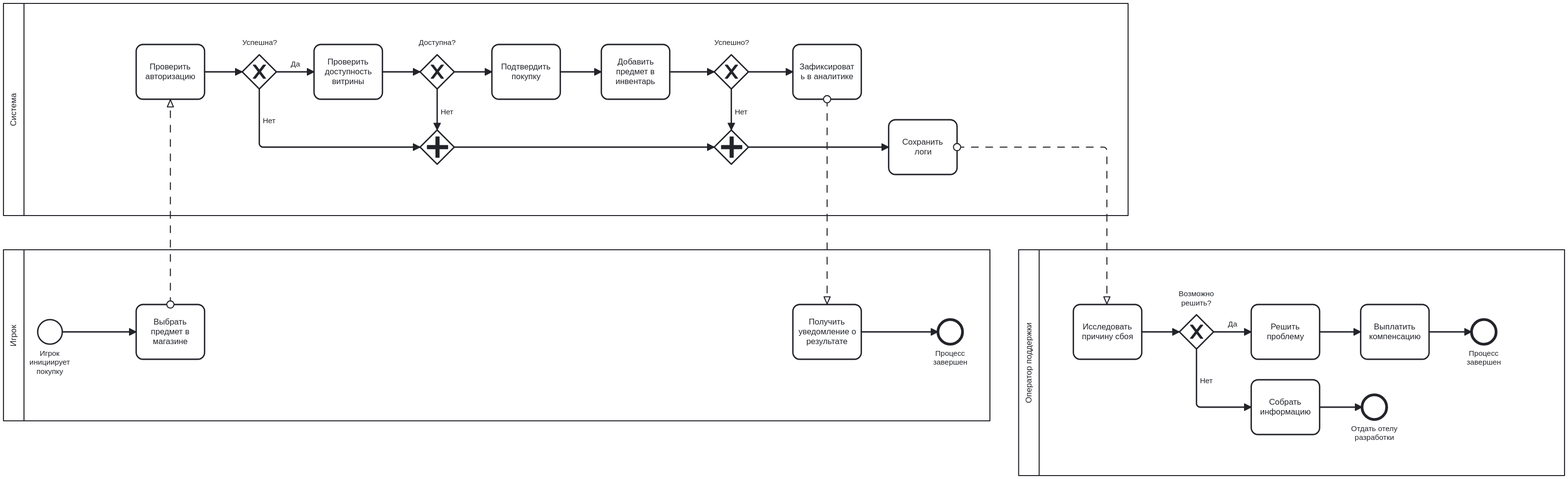
Above: PKSS/PR4_BPMN.svg in shok1i/Seventh-semester (BPMN), before the change. Its source is kept beside it as PKSS/PR4_BPMN.bpmn. Ids are renumbered.
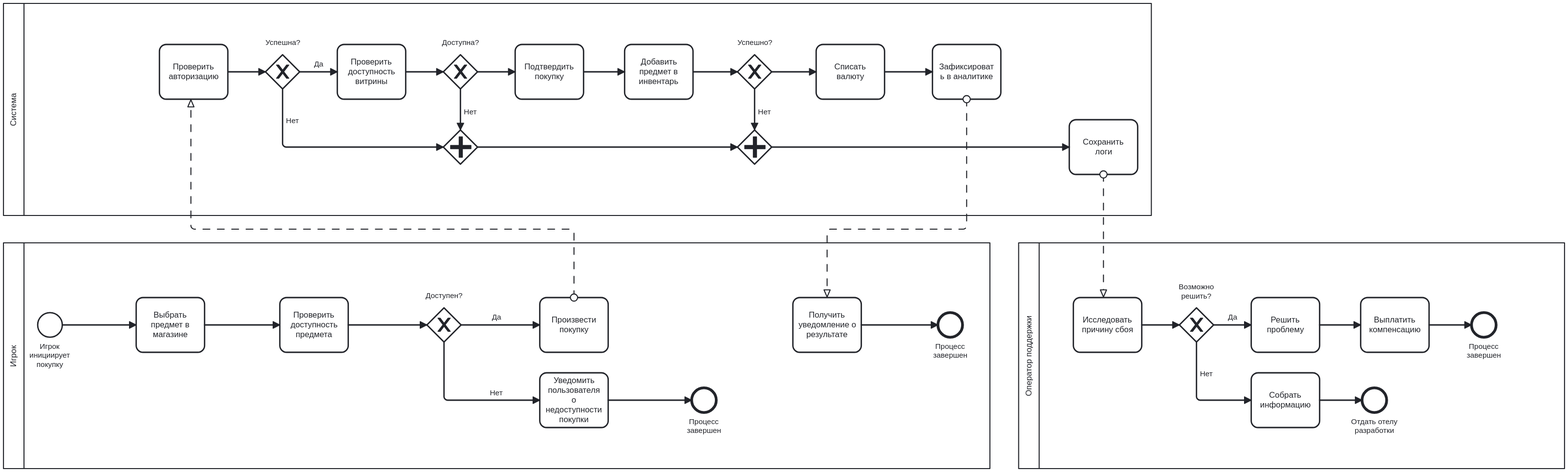
The same diagram one commit later.

What changed in the source:
```diff
@@ -3,9 +3,9 @@
     <bpmn:participant id="Participant_n3" name="Игрок" processRef="Process_n4" />
     <bpmn:participant id="Participant_n5" name="Система" processRef="Process_n6" />
     <bpmn:participant id="Participant_n7" name="Оператор поддержки" processRef="Process_n8" />
-    <bpmn:messageFlow id="Flow_n9" sourceRef="Activity_n10" targetRef="Activity_n11" />
-    <bpmn:messageFlow id="Flow_n12" sourceRef="Activity_n13" targetRef="Activity_n14" />
     <bpmn:messageFlow id="Flow_n15" sourceRef="Activity_n16" targetRef="Activity_n17" />
+    <bpmn:messageFlow id="Flow_n55" sourceRef="Activity_n56" targetRef="Activity_n14" />
+    <bpmn:messageFlow id="Flow_n57" sourceRef="Activity_n58" targetRef="Activity_n11" />
   </bpmn:collaboration>
   <bpmn:process id="Process_n4" isExecutable="false">
     <bpmn:laneSet id="LaneSet_n18" />
@@ -14,6 +14,7 @@
     </bpmn:startEvent>
     <bpmn:task id="Activity_n10" name="Выбрать предмет в магазине">
       <bpmn:incoming>Flow_n20</bpmn:incoming>
+      <bpmn:outgoing>Flow_n59</bpmn:outgoing>
     </bpmn:task>
     <bpmn:task id="Activity_n14" name="Получить уведомление о результате">
       <bpmn:outgoing>Flow_n21</bpmn:outgoing>
@@ -23,6 +24,30 @@
     </bpmn:endEvent>
     <bpmn:sequenceFlow id="Flow_n20" sourceRef="StartEvent_n19" targetRef="Activity_n10" />
     <bpmn:sequenceFlow id="Flow_n21" sourceRef="Activity_n14" targetRef="Event_n22" />
+    <bpmn:task id="Activity_n60" name="Проверить доступность предмета">
+      <bpmn:incoming>Flow_n59</bpmn:incoming>
+      <bpmn:outgoing>Flow_n61</bpmn:outgoing>
+    </bpmn:task>
+    <bpmn:sequenceFlow id="Flow_n59" sourceRef="Activity_n10" targetRef="Activity_n60" />
+    <bpmn:exclusiveGateway id="Gateway_n62" name="Доступен?">
+      <bpmn:incoming>Flow_n61</bpmn:incoming>
+      <bpmn:outgoing>Flow_n63</bpmn:outgoing>
+      <bpmn:outgoing>Flow_n64</bpmn:outgoing>
+    </bpmn:exclusiveGateway>
+    <bpmn:sequenceFlow id="Flow_n61" sourceRef="Activity_n60" targetRef="Gateway_n62" />
+    <bpmn:task id="Activity_n58" name="Произвести покупку">
+      <bpmn:incoming>Flow_n63</bpmn:incoming>
+    </bpmn:task>
+    <bpmn:sequenceFlow id="Flow_n63" name="Да" sourceRef="Gateway_n62" targetRef="Activity_n58" />
+    <bpmn:task id="Activity_n65" name="Уведомить пользователя о недоступности покупки">
+      <bpmn:incoming>Flow_n64</bpmn:incoming>
+      <bpmn:outgoing>Flow_n66</bpmn:outgoing>
+    </bpmn:task>
+    <bpmn:sequenceFlow id="Flow_n64" name="Нет" sourceRef="Gateway_n62" targetRef="Activity_n65" />
+    <bpmn:endEvent id="Event_n67" name="Процесс завершен">
+      <bpmn:incoming>Flow_n66</bpmn:incoming>
+    </bpmn:endEvent>
+    <bpmn:sequenceFlow id="Flow_n66" sourceRef="Activity_n65" targetRef="Event_n67" />
   </bpmn:process>
   <bpmn:process id="Process_n6">
     <bpmn:task id="Activity_n11" name="Проверить авторизацию">
@@ -52,12 +77,9 @@
     </bpmn:task>
     <bpmn:exclusiveGateway id="Gateway_n36" name="Успешно?">
       <bpmn:incoming>Flow_n35</bpmn:incoming>
-      <bpmn:outgoing>Flow_n37</bpmn:outgoing>
       <bpmn:outgoing>Flow_n38</bpmn:outgoing>
+      <bpmn:outgoing>Flow_n68</bpmn:outgoing>
     </bpmn:exclusiveGateway>
-    <bpmn:task id="Activity_n13" name="Зафиксировать в аналитике">
-      <bpmn:incoming>Flow_n37</bpmn:incoming>
-    </bpmn:task>
     <bpmn:parallelGateway id="Gateway_n39">
       <bpmn:incoming>Flow_n28</bpmn:incoming>
       <bpmn:incoming>Flow_n31</bpmn:incoming>
@@ -68,6 +90,13 @@
       <bpmn:incoming>Flow_n38</bpmn:incoming>
       <bpmn:outgoing>Flow_n42</bpmn:outgoing>
     </bpmn:parallelGateway>
+    <bpmn:task id="Activity_n69" name="Списать валюту">
+      <bpmn:incoming>Flow_n68</bpmn:incoming>
+      <bpmn:outgoing>Flow_n70</bpmn:outgoing>
+    </bpmn:task>
+    <bpmn:task id="Activity_n56" name="Зафиксировать в аналитике">
+      <bpmn:incoming>Flow_n70</bpmn:incoming>
+    </bpmn:task>
     <bpmn:task id="Activity_n16" name="Сохранить логи">
       <bpmn:incoming>Flow_n42</bpmn:incoming>
     </bpmn:task>
@@ -79,10 +108,11 @@
     <bpmn:sequenceFlow id="Flow_n31" name="Нет" sourceRef="Gateway_n29" targetRef="Gateway_n39" />
     <bpmn:sequenceFlow id="Flow_n33" sourceRef="Activity_n32" targetRef="Activity_n34" />
     <bpmn:sequenceFlow id="Flow_n35" sourceRef="Activity_n34" targetRef="Gateway_n36" />
-    <bpmn:sequenceFlow id="Flow_n37" sourceRef="Gateway_n36" targetRef="Activity_n13" />
     <bpmn:sequenceFlow id="Flow_n38" name="Нет" sourceRef="Gateway_n36" targetRef="Gateway_n41" />
+    <bpmn:sequenceFlow id="Flow_n68" sourceRef="Gateway_n36" targetRef="Activity_n69" />
     <bpmn:sequenceFlow id="Flow_n40" sourceRef="Gateway_n39" targetRef="Gateway_n41" />
     <bpmn:sequenceFlow id="Flow_n42" sourceRef="Gateway_n41" targetRef="Activity_n16" />
+    <bpmn:sequenceFlow id="Flow_n70" sourceRef="Activity_n69" targetRef="Activity_n56" />
   </bpmn:process>
   <bpmn:process id="Process_n8">
     <bpmn:task id="Activity_n17" name="Исследовать причину сбоя">
@@ -121,7 +151,7 @@
   <bpmndi:BPMNDiagram id="BPMNDiagram_1">
     <bpmndi:BPMNPlane id="BPMNPlane_1" bpmnElement="Collaboration_n2">
       <bpmndi:BPMNShape id="Participant_n3_di" bpmnElement="Participant_n3" isHorizontal="true">
-        <dc:Bounds x="156" y="440" width="1442" height="250" />
+        <dc:Bounds x="156" y="440" width="1442" height="330" />
         <bpmndi:BPMNLabel />
       </bpmndi:BPMNShape>
       <bpmndi:BPMNShape id="_BPMNShape_StartEvent_2" bpmnElement="StartEvent_n19">
@@ -144,6 +174,30 @@
           <dc:Bounds x="1515" y="585" width="51" height="27" />
         </bpmndi:BPMNLabel>
       </bpmndi:BPMNShape>
+      <bpmndi:BPMNShape id="Activity_n60_di" bpmnElement="Activity_n60">
+        <dc:Bounds x="560" y="520" width="100" height="80" />
+        <bpmndi:BPMNLabel />
+      </bpmndi:BPMNShape>
+      <bpmndi:BPMNShape id="Gateway_n62_di" bpmnElement="Gateway_n62" isMarkerVisible="true">
+        <dc:Bounds x="775" y="535" width="50" height="50" />
+        <bpmndi:BPMNLabel>
+          <dc:Bounds x="773" y="511" width="54" height="14" />
+        </bpmndi:BPMNLabel>
+      </bpmndi:BPMNShape>
+      <bpmndi:BPMNShape id="Activity_n58_di" bpmnElement="Activity_n58">
+        <dc:Bounds x="940" y="520" width="100" height="80" />
+        <bpmndi:BPMNLabel />
+      </bpmndi:BPMNShape>
+      <bpmndi:BPMNShape id="Activity_n65_di" bpmnElement="Activity_n65">
+        <dc:Bounds x="940" y="630" width="100" height="80" />
+        <bpmndi:BPMNLabel />
+      </bpmndi:BPMNShape>
+      <bpmndi:BPMNShape id="Event_n67_di" bpmnElement="Event_n67">
+        <dc:Bounds x="1162" y="652" width="36" height="36" />
+        <bpmndi:BPMNLabel>
+          <dc:Bounds x="1155" y="695" width="51" height="27" />
+        </bpmndi:BPMNLabel>
+      </bpmndi:BPMNShape>
       <bpmndi:BPMNEdge id="Flow_n20_di" bpmnElement="Flow_n20">
         <di:waypoint x="242" y="560" />
         <di:waypoint x="350" y="560" />
@@ -151,6 +205,33 @@
       <bpmndi:BPMNEdge id="Flow_n21_di" bpmnElement="Flow_n21">
         <di:waypoint x="1410" y="560" />
         <di:waypoint x="1522" y="560" />
+      </bpmndi:BPMNEdge>
+      <bpmndi:BPMNEdge id="Flow_n59_di" bpmnElement="Flow_n59">
+        <di:waypoint x="450" y="560" />
+        <di:waypoint x="560" y="560" />
+      </bpmndi:BPMNEdge>
+      <bpmndi:BPMNEdge id="Flow_n61_di" bpmnElement="Flow_n61">
+        <di:waypoint x="660" y="560" />
+        <di:waypoint x="775" y="560" />
+      </bpmndi:BPMNEdge>
+      <bpmndi:BPMNEdge id="Flow_n63_di" bpmnElement="Flow_n63">
+        <di:waypoint x="825" y="560" />
+        <di:waypoint x="940" y="560" />
+        <bpmndi:BPMNLabel>
+          <dc:Bounds x="870" y="542" width="13" height="14" />
+        </bpmndi:BPMNLabel>
+      </bpmndi:BPMNEdge>
+      <bpmndi:BPMNEdge id="Flow_n64_di" bpmnElement="Flow_n64">
+        <di:waypoint x="800" y="585" />
+        <di:waypoint x="800" y="670" />
+        <di:waypoint x="940" y="670" />
+        <bpmndi:BPMNLabel>
+          <dc:Bounds x="867" y="653" width="20" height="14" />
+        </bpmndi:BPMNLabel>
+      </bpmndi:BPMNEdge>
+      <bpmndi:BPMNEdge id="Flow_n66_di" bpmnElement="Flow_n66">
+        <di:waypoint x="1040" y="670" />
+        <di:waypoint x="1162" y="670" />
       </bpmndi:BPMNEdge>
       <bpmndi:BPMNShape id="Participant_n7_di" bpmnElement="Participant_n7" isHorizontal="true">
         <dc:Bounds x="1640" y="440" width="798" height="330" />
@@ -222,130 +303,141 @@
         <di:waypoint x="2302" y="560" />
       </bpmndi:BPMNEdge>
       <bpmndi:BPMNShape id="Participant_n5_di" bpmnElement="Participant_n5" isHorizontal="true">
-        <dc:Bounds x="156" y="80" width="1644" height="310" />
+        <dc:Bounds x="156" y="90" width="1678" height="310" />
         <bpmndi:BPMNLabel />
       </bpmndi:BPMNShape>
       <bpmndi:BPMNShape id="Activity_n11_di" bpmnElement="Activity_n11">
-        <dc:Bounds x="350" y="140" width="100" height="80" />
+        <dc:Bounds x="384" y="150" width="100" height="80" />
         <bpmndi:BPMNLabel />
       </bpmndi:BPMNShape>
       <bpmndi:BPMNShape id="Activity_n24_di" bpmnElement="Activity_n24">
-        <dc:Bounds x="610" y="140" width="100" height="80" />
+        <dc:Bounds x="644" y="150" width="100" height="80" />
         <bpmndi:BPMNLabel />
       </bpmndi:BPMNShape>
       <bpmndi:BPMNShape id="Gateway_n27_di" bpmnElement="Gateway_n27" isMarkerVisible="true">
-        <dc:Bounds x="505" y="155" width="50" height="50" />
+        <dc:Bounds x="539" y="165" width="50" height="50" />
         <bpmndi:BPMNLabel>
-          <dc:Bounds x="505" y="131" width="50" height="14" />
+          <dc:Bounds x="539" y="141" width="50" height="14" />
         </bpmndi:BPMNLabel>
       </bpmndi:BPMNShape>
       <bpmndi:BPMNShape id="Gateway_n29_di" bpmnElement="Gateway_n29" isMarkerVisible="true">
-        <dc:Bounds x="765" y="155" width="50" height="50" />
+        <dc:Bounds x="799" y="165" width="50" height="50" />
         <bpmndi:BPMNLabel>
-          <dc:Bounds x="763" y="131" width="54" height="14" />
+          <dc:Bounds x="797" y="141" width="54" height="14" />
         </bpmndi:BPMNLabel>
       </bpmndi:BPMNShape>
       <bpmndi:BPMNShape id="Activity_n32_di" bpmnElement="Activity_n32">
-        <dc:Bounds x="870" y="140" width="100" height="80" />
+        <dc:Bounds x="904" y="150" width="100" height="80" />
         <bpmndi:BPMNLabel />
       </bpmndi:BPMNShape>
       <bpmndi:BPMNShape id="Activity_n34_di" bpmnElement="Activity_n34">
-        <dc:Bounds x="1030" y="140" width="100" height="80" />
+        <dc:Bounds x="1064" y="150" width="100" height="80" />
         <bpmndi:BPMNLabel />
       </bpmndi:BPMNShape>
       <bpmndi:BPMNShape id="Gateway_n36_di" bpmnElement="Gateway_n36" isMarkerVisible="true">
-        <dc:Bounds x="1195" y="155" width="50" height="50" />
+        <dc:Bounds x="1229" y="165" width="50" height="50" />
         <bpmndi:BPMNLabel>
-          <dc:Bounds x="1195" y="131" width="50" height="14" />
+          <dc:Bounds x="1229" y="141" width="50" height="14" />
         </bpmndi:BPMNLabel>
       </bpmndi:BPMNShape>
-      <bpmndi:BPMNShape id="Activity_n13_di" bpmnElement="Activity_n13">
-        <dc:Bounds x="1310" y="140" width="100" height="80" />
+      <bpmndi:BPMNShape id="Gateway_n39_di" bpmnElement="Gateway_n39">
+        <dc:Bounds x="799" y="275" width="50" height="50" />
+      </bpmndi:BPMNShape>
+      <bpmndi:BPMNShape id="Gateway_n41_di" bpmnElement="Gateway_n41">
+        <dc:Bounds x="1229" y="275" width="50" height="50" />
+      </bpmndi:BPMNShape>
+      <bpmndi:BPMNShape id="Activity_n69_di" bpmnElement="Activity_n69">
+        <dc:Bounds x="1344" y="150" width="100" height="80" />
         <bpmndi:BPMNLabel />
       </bpmndi:BPMNShape>
-      <bpmndi:BPMNShape id="Gateway_n39_di" bpmnElement="Gateway_n39">
-        <dc:Bounds x="765" y="265" width="50" height="50" />
-      </bpmndi:BPMNShape>
-      <bpmndi:BPMNShape id="Gateway_n41_di" bpmnElement="Gateway_n41">
-        <dc:Bounds x="1195" y="265" width="50" height="50" />
+      <bpmndi:BPMNShape id="Activity_n56_di" bpmnElement="Activity_n56">
+        <dc:Bounds x="1514" y="150" width="100" height="80" />
+        <bpmndi:BPMNLabel />
       </bpmndi:BPMNShape>
       <bpmndi:BPMNShape id="Activity_n16_di" bpmnElement="Activity_n16">
-        <dc:Bounds x="1450" y="250" width="100" height="80" />
+        <dc:Bounds x="1714" y="260" width="100" height="80" />
         <bpmndi:BPMNLabel />
       </bpmndi:BPMNShape>
       <bpmndi:BPMNEdge id="Flow_n23_di" bpmnElement="Flow_n23">
-        <di:waypoint x="450" y="180" />
-        <di:waypoint x="505" y="180" />
+        <di:waypoint x="484" y="190" />
+        <di:waypoint x="539" y="190" />
       </bpmndi:BPMNEdge>
       <bpmndi:BPMNEdge id="Flow_n25_di" bpmnElement="Flow_n25">
-        <di:waypoint x="555" y="180" />
-        <di:waypoint x="610" y="180" />
+        <di:waypoint x="589" y="190" />
+        <di:waypoint x="644" y="190" />
         <bpmndi:BPMNLabel>
-          <dc:Bounds x="576" y="162" width="13" height="14" />
+          <dc:Bounds x="610" y="172" width="13" height="14" />
         </bpmndi:BPMNLabel>
       </bpmndi:BPMNEdge>
       <bpmndi:BPMNEdge id="Flow_n26_di" bpmnElement="Flow_n26">
-        <di:waypoint x="710" y="180" />
-        <di:waypoint x="765" y="180" />
+        <di:waypoint x="744" y="190" />
+        <di:waypoint x="799" y="190" />
       </bpmndi:BPMNEdge>
       <bpmndi:BPMNEdge id="Flow_n28_di" bpmnElement="Flow_n28">
-        <di:waypoint x="530" y="205" />
-        <di:waypoint x="530" y="290" />
-        <di:waypoint x="765" y="290" />
+        <di:waypoint x="564" y="215" />
+        <di:waypoint x="564" y="300" />
+        <di:waypoint x="799" y="300" />
         <bpmndi:BPMNLabel>
-          <dc:Bounds x="535" y="245" width="20" height="14" />
+          <dc:Bounds x="569" y="255" width="20" height="14" />
         </bpmndi:BPMNLabel>
       </bpmndi:BPMNEdge>
       <bpmndi:BPMNEdge id="Flow_n30_di" bpmnElement="Flow_n30">
-        <di:waypoint x="815" y="180" />
-        <di:waypoint x="870" y="180" />
+        <di:waypoint x="849" y="190" />
+        <di:waypoint x="904" y="190" />
       </bpmndi:BPMNEdge>
       <bpmndi:BPMNEdge id="Flow_n31_di" bpmnElement="Flow_n31">
-        <di:waypoint x="790" y="205" />
-        <di:waypoint x="790" y="265" />
+        <di:waypoint x="824" y="215" />
+        <di:waypoint x="824" y="275" />
         <bpmndi:BPMNLabel>
-          <dc:Bounds x="795" y="232" width="20" height="14" />
+          <dc:Bounds x="829" y="242" width="20" height="14" />
         </bpmndi:BPMNLabel>
       </bpmndi:BPMNEdge>
       <bpmndi:BPMNEdge id="Flow_n33_di" bpmnElement="Flow_n33">
-        <di:waypoint x="970" y="180" />
-        <di:waypoint x="1030" y="180" />
+        <di:waypoint x="1004" y="190" />
+        <di:waypoint x="1064" y="190" />
       </bpmndi:BPMNEdge>
       <bpmndi:BPMNEdge id="Flow_n35_di" bpmnElement="Flow_n35">
-        <di:waypoint x="1130" y="180" />
-        <di:waypoint x="1195" y="180" />
-      </bpmndi:BPMNEdge>
-      <bpmndi:BPMNEdge id="Flow_n37_di" bpmnElement="Flow_n37">
-        <di:waypoint x="1245" y="180" />
-        <di:waypoint x="1310" y="180" />
+        <di:waypoint x="1164" y="190" />
+        <di:waypoint x="1229" y="190" />
       </bpmndi:BPMNEdge>
       <bpmndi:BPMNEdge id="Flow_n38_di" bpmnElement="Flow_n38">
-        <di:waypoint x="1220" y="205" />
-        <di:waypoint x="1220" y="265" />
+        <di:waypoint x="1254" y="215" />
+        <di:waypoint x="1254" y="275" />
         <bpmndi:BPMNLabel>
-          <dc:Bounds x="1225" y="232" width="20" height="14" />
+          <dc:Bounds x="1259" y="242" width="20" height="14" />
         </bpmndi:BPMNLabel>
       </bpmndi:BPMNEdge>
+      <bpmndi:BPMNEdge id="Flow_n68_di" bpmnElement="Flow_n68">
+        <di:waypoint x="1279" y="190" />
+        <di:waypoint x="1344" y="190" />
+      </bpmndi:BPMNEdge>
       <bpmndi:BPMNEdge id="Flow_n40_di" bpmnElement="Flow_n40">
-        <di:waypoint x="815" y="290" />
-        <di:waypoint x="1195" y="290" />
+        <di:waypoint x="849" y="300" />
+        <di:waypoint x="1229" y="300" />
       </bpmndi:BPMNEdge>
       <bpmndi:BPMNEdge id="Flow_n42_di" bpmnElement="Flow_n42">
-        <di:waypoint x="1245" y="290" />
-        <di:waypoint x="1450" y="290" />
+        <di:waypoint x="1279" y="300" />
+        <di:waypoint x="1714" y="300" />
       </bpmndi:BPMNEdge>
-      <bpmndi:BPMNEdge id="Flow_n9_di" bpmnElement="Flow_n9">
-        <di:waypoint x="400" y="520" />
-        <di:waypoint x="400" y="220" />
+      <bpmndi:BPMNEdge id="Flow_n70_di" bpmnElement="Flow_n70">
+        <di:waypoint x="1444" y="190" />
+        <di:waypoint x="1514" y="190" />
       </bpmndi:BPMNEdge>
-      <bpmndi:BPMNEdge id="Flow_n12_di" bpmnElement="Flow_n12">
-        <di:waypoint x="1360" y="220" />
+      <bpmndi:BPMNEdge id="Flow_n15_di" bpmnElement="Flow_n15">
+        <di:waypoint x="1764" y="340" />
+        <di:waypoint x="1764" y="520" />
+      </bpmndi:BPMNEdge>
+      <bpmndi:BPMNEdge id="Flow_n55_di" bpmnElement="Flow_n55">
+        <di:waypoint x="1564" y="230" />
+        <di:waypoint x="1564" y="420" />
+        <di:waypoint x="1360" y="420" />
         <di:waypoint x="1360" y="520" />
       </bpmndi:BPMNEdge>
-      <bpmndi:BPMNEdge id="Flow_n15_di" bpmnElement="Flow_n15">
-        <di:waypoint x="1550" y="290" />
-        <di:waypoint x="1769" y="290" />
-        <di:waypoint x="1769" y="520" />
+      <bpmndi:BPMNEdge id="Flow_n57_di" bpmnElement="Flow_n57">
+        <di:waypoint x="990" y="520" />
+        <di:waypoint x="990" y="420" />
+        <di:waypoint x="430" y="420" />
+        <di:waypoint x="430" y="230" />
       </bpmndi:BPMNEdge>
     </bpmndi:BPMNPlane>
   </bpmndi:BPMNDiagram>
```
